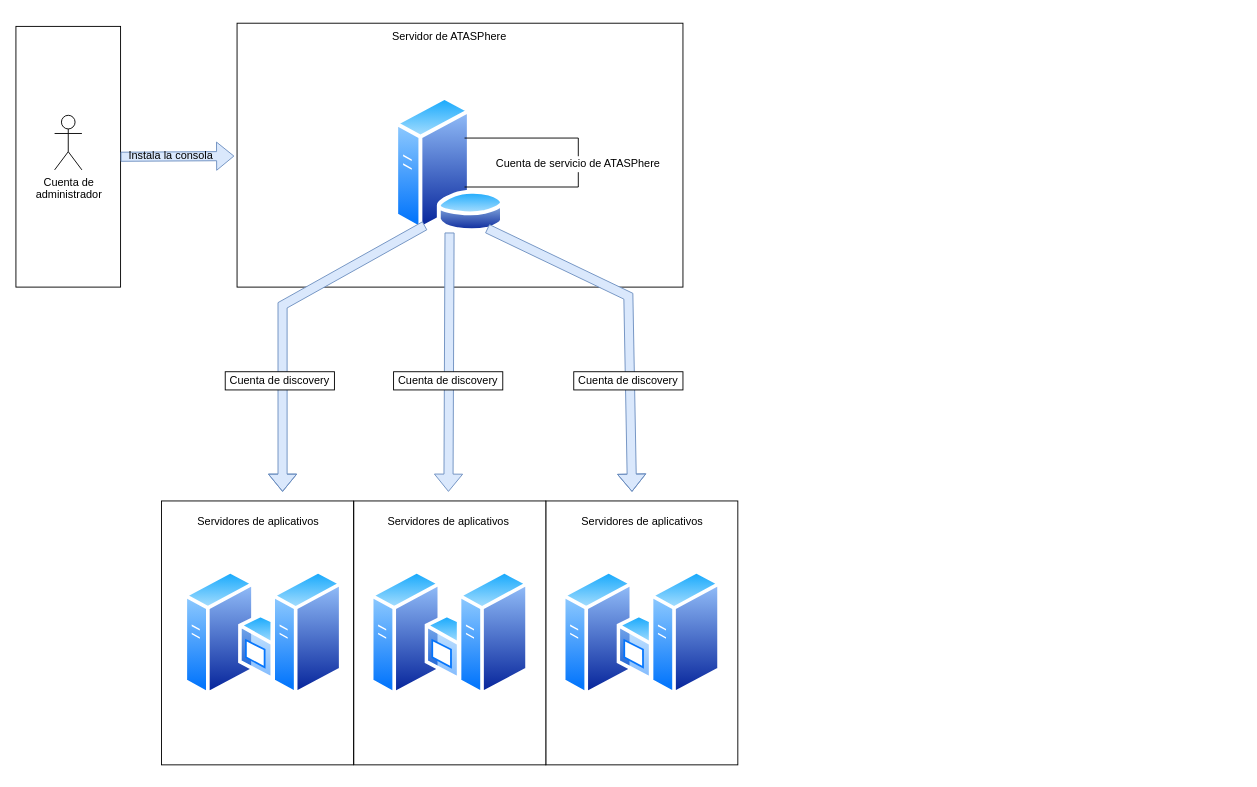
Before: page "Cuentas - ATADATA" (1 of 2) of Diagrama sin título.drawio in FeriaVictor/tmp-repo, a draw.io diagram. Source tidied: cells renumbered, new cells numbered last; positions are measured from the earlier drawing's top-left corner, leaving out a move shared by most shapes. Both pictures are drawn from the tidied source at 91%, with x=0, y=0 at pixel (15, 23).
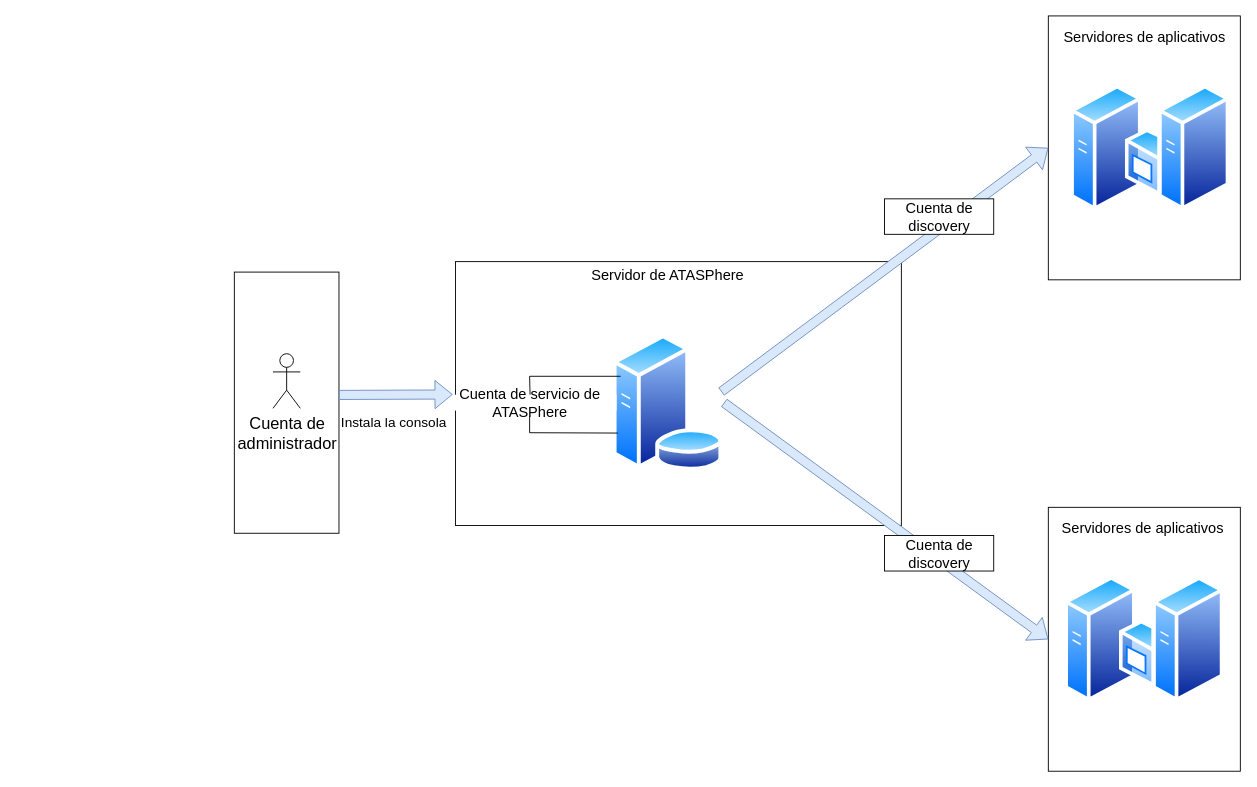
Above is the later version.

The edit, as a diff of the source:
```diff
@@
     <mxCell id="2" style="rounded=0;whiteSpace=wrap;html=1;fillColor=default;" parent="1" vertex="1">
-      <mxGeometry y="3.5" width="115" height="286.5" as="geometry" />
+      <mxGeometry x="240" y="273.5" width="115" height="287" as="geometry" />
     </mxCell>
-    <mxCell id="3" style="rounded=0;whiteSpace=wrap;html=1;" parent="1" vertex="1">
-      <mxGeometry x="582.3" y="525" width="211" height="290" as="geometry" />
-    </mxCell>
     <mxCell id="4" style="rounded=0;whiteSpace=wrap;html=1;" parent="1" vertex="1">
-      <mxGeometry x="371.3" y="525" width="211" height="290" as="geometry" />
+      <mxGeometry x="1134.5" y="532" width="211" height="290" as="geometry" />
     </mxCell>
     <mxCell id="5" style="rounded=0;whiteSpace=wrap;html=1;" parent="1" vertex="1">
-      <mxGeometry x="160" y="525" width="211" height="290" as="geometry" />
+      <mxGeometry x="1134.5" y="-8" width="211" height="290" as="geometry" />
     </mxCell>
     <mxCell id="6" style="rounded=0;whiteSpace=wrap;html=1;" parent="1" vertex="1">
-      <mxGeometry x="243" width="490" height="290" as="geometry" />
+      <mxGeometry x="483" y="262" width="490" height="290" as="geometry" />
     </mxCell>
     <mxCell id="7" style="perimeter=ellipsePerimeter;html=1;align=center;shadow=0;dashed=0;spacingTop=3;image;image=img/lib/active_directory/generic_server.svg;" parent="1" vertex="1">
-      <mxGeometry x="389.4" y="600" width="78.4" height="140" as="geometry" />
+      <mxGeometry x="1152.6" y="607" width="78.4" height="140" as="geometry" />
     </mxCell>
     <mxCell id="8" style="perimeter=ellipsePerimeter;html=1;align=center;shadow=0;dashed=0;spacingTop=3;image;image=img/lib/active_directory/windows_server.svg;" parent="1" vertex="1">
-      <mxGeometry x="449.4" y="600" width="114.8" height="140" as="geometry" />
+      <mxGeometry x="1212.6" y="607" width="114.8" height="140" as="geometry" />
     </mxCell>
-    <mxCell id="9" style="perimeter=ellipsePerimeter;html=1;align=center;shadow=0;dashed=0;spacingTop=3;image;image=img/lib/active_directory/generic_server.svg;" parent="1" vertex="1">
-      <mxGeometry x="600.4" y="600" width="78.4" height="140" as="geometry" />
-    </mxCell>
-    <mxCell id="10" style="perimeter=ellipsePerimeter;html=1;align=center;shadow=0;dashed=0;spacingTop=3;image;image=img/lib/active_directory/windows_server.svg;" parent="1" vertex="1">
-      <mxGeometry x="660.4" y="600" width="114.8" height="140" as="geometry" />
-    </mxCell>
     <mxCell id="11" style="perimeter=ellipsePerimeter;html=1;align=center;shadow=0;dashed=0;spacingTop=3;image;image=img/lib/active_directory/database_server.svg;" parent="1" vertex="1">
-      <mxGeometry x="415" y="80" width="123" height="150" as="geometry" />
+      <mxGeometry x="655" y="342" width="123" height="150" as="geometry" />
     </mxCell>
     <mxCell id="12" style="perimeter=ellipsePerimeter;html=1;align=center;shadow=0;dashed=0;spacingTop=3;image;image=img/lib/active_directory/generic_server.svg;" parent="1" vertex="1">
-      <mxGeometry x="184.6" y="600" width="78.4" height="140" as="geometry" />
+      <mxGeometry x="1159.1" y="67" width="78.4" height="140" as="geometry" />
     </mxCell>
     <mxCell id="13" style="perimeter=ellipsePerimeter;html=1;align=center;shadow=0;dashed=0;spacingTop=3;image;image=img/lib/active_directory/windows_server.svg;" parent="1" vertex="1">
-      <mxGeometry x="244.6" y="600" width="114.8" height="140" as="geometry" />
+      <mxGeometry x="1219.1" y="67" width="114.8" height="140" as="geometry" />
     </mxCell>
-    <mxCell id="14" value="Servidor de ATASPhere" style="rounded=0;whiteSpace=wrap;html=1;strokeColor=none;fillColor=none;" parent="1" vertex="1">
-      <mxGeometry x="311.2" y="10" width="331.2" height="10" as="geometry" />
+    <mxCell id="14" value="&lt;font style=&quot;font-size: 16px;&quot;&gt;Servidor de ATASPhere&lt;/font&gt;" style="rounded=0;whiteSpace=wrap;html=1;strokeColor=none;fillColor=none;" parent="1" vertex="1">
+      <mxGeometry x="551.2" y="272" width="331.2" height="10" as="geometry" />
     </mxCell>
-    <mxCell id="15" style="shape=flexArrow;endArrow=classic;html=1;rounded=0;fillColor=#dae8fc;strokeColor=#6c8ebf;exitX=0.5;exitY=1;exitDx=0;exitDy=0;" parent="1" edge="1" source="11">
-      <mxGeometry relative="1" as="geometry">
-        <mxPoint x="475.3" y="515" as="targetPoint" />
-      </mxGeometry>
+    <mxCell id="15" style="shape=flexArrow;endArrow=classic;html=1;rounded=0;fillColor=#dae8fc;strokeColor=#6c8ebf;exitX=1;exitY=0.5;exitDx=0;exitDy=0;entryX=0;entryY=0.5;entryDx=0;entryDy=0;" parent="1" edge="1" source="11" target="4">
+      <mxGeometry relative="1" as="geometry" />
     </mxCell>
-    <mxCell id="16" style="shape=flexArrow;endArrow=classic;html=1;rounded=0;fillColor=#dae8fc;strokeColor=#6c8ebf;exitX=0.836;exitY=0.971;exitDx=0;exitDy=0;exitPerimeter=0;" parent="1" edge="1" source="11">
-      <mxGeometry relative="1" as="geometry">
-        <mxPoint x="677" y="515" as="targetPoint" />
-        <Array as="points">
-          <mxPoint x="673" y="300" />
-        </Array>
-      </mxGeometry>
-    </mxCell>
-    <mxCell id="17" style="shape=flexArrow;endArrow=classic;html=1;rounded=0;fillColor=#dae8fc;strokeColor=#6c8ebf;exitX=0.25;exitY=1;exitDx=0;exitDy=0;" parent="1" edge="1" source="11">
-      <mxGeometry relative="1" as="geometry">
-        <mxPoint x="293" y="515" as="targetPoint" />
-        <Array as="points">
-          <mxPoint x="293" y="310" />
-        </Array>
-      </mxGeometry>
-    </mxCell>
-    <mxCell id="18" value="Cuenta de servicio de ATASPhere" style="rounded=0;whiteSpace=wrap;html=1;strokeColor=none;" parent="1" vertex="1">
-      <mxGeometry x="523" y="146.2" width="190" height="17.5" as="geometry" />
+    <mxCell id="18" value="&lt;font style=&quot;font-size: 16px;&quot;&gt;Cuenta de servicio de &lt;br&gt;ATASPhere&lt;/font&gt;" style="rounded=0;whiteSpace=wrap;html=1;strokeColor=none;" parent="1" vertex="1">
+      <mxGeometry x="470" y="408.2" width="190" height="17.5" as="geometry" />
     </mxCell>
-    <mxCell id="19" style="endArrow=none;html=1;rounded=0;entryX=0.5;entryY=1;entryDx=0;entryDy=0;" parent="1" edge="1" target="18">
+    <mxCell id="19" style="endArrow=none;html=1;rounded=0;exitX=0;exitY=0.75;exitDx=0;exitDy=0;" parent="1" edge="1" source="11">
       <mxGeometry relative="1" as="geometry">
-        <mxPoint x="493" y="180" as="sourcePoint" />
+        <mxPoint x="564.5" y="432" as="targetPoint" />
         <Array as="points">
-          <mxPoint x="618" y="180" />
+          <mxPoint x="564.5" y="450" />
         </Array>
       </mxGeometry>
     </mxCell>
     <mxCell id="20" style="endArrow=none;html=1;rounded=0;entryX=0.5;entryY=0;entryDx=0;entryDy=0;" parent="1" edge="1" target="18">
       <mxGeometry relative="1" as="geometry">
-        <mxPoint x="493" y="126.2" as="sourcePoint" />
+        <mxPoint x="664.5" y="388" as="sourcePoint" />
         <Array as="points">
-          <mxPoint x="618" y="126.2" />
+          <mxPoint x="564.5" y="388" />
         </Array>
       </mxGeometry>
     </mxCell>
-    <mxCell id="21" value="Cuenta de &lt;br&gt;administrador" style="shape=umlActor;verticalLabelPosition=bottom;verticalAlign=top;html=1;" parent="1" vertex="1">
-      <mxGeometry x="42.5" y="101.2" width="30" height="60" as="geometry" />
+    <mxCell id="21" value="&lt;font style=&quot;font-size: 18px;&quot;&gt;Cuenta de &lt;br&gt;administrador&lt;/font&gt;" style="shape=umlActor;verticalLabelPosition=bottom;verticalAlign=top;html=1;" parent="1" vertex="1">
+      <mxGeometry x="282.5" y="363.2" width="30" height="60" as="geometry" />
     </mxCell>
-    <mxCell id="22" value="Cuenta de discovery" style="rounded=0;whiteSpace=wrap;html=1;fillColor=default;" parent="1" vertex="1">
-      <mxGeometry x="230" y="383" width="120" height="20" as="geometry" />
-    </mxCell>
-    <mxCell id="23" value="Cuenta de discovery" style="rounded=0;whiteSpace=wrap;html=1;fillColor=default;" parent="1" vertex="1">
-      <mxGeometry x="415" y="383" width="120" height="20" as="geometry" />
-    </mxCell>
-    <mxCell id="24" value="Cuenta de discovery" style="rounded=0;whiteSpace=wrap;html=1;fillColor=default;" parent="1" vertex="1">
-      <mxGeometry x="613" y="383" width="120" height="20" as="geometry" />
+    <mxCell id="24" value="&lt;font style=&quot;font-size: 16px;&quot;&gt;Cuenta de discovery&lt;/font&gt;" style="rounded=0;whiteSpace=wrap;html=1;fillColor=default;" parent="1" vertex="1">
+      <mxGeometry x="954.5" y="563" width="120" height="39" as="geometry" />
     </mxCell>
-    <mxCell id="25" style="shape=flexArrow;endArrow=classic;html=1;rounded=0;fillColor=#dae8fc;strokeColor=#6c8ebf;exitX=1;exitY=0.5;exitDx=0;exitDy=0;" parent="1" edge="1" source="2">
+    <mxCell id="25" style="shape=flexArrow;endArrow=classic;html=1;rounded=0;fillColor=#dae8fc;strokeColor=#6c8ebf;exitX=1;exitY=0.5;exitDx=0;exitDy=0;" parent="1" edge="1">
       <mxGeometry relative="1" as="geometry">
-        <mxPoint x="240" y="146" as="targetPoint" />
+        <mxPoint x="355" y="408.5" as="sourcePoint" />
+        <mxPoint x="480" y="408" as="targetPoint" />
       </mxGeometry>
     </mxCell>
-    <mxCell id="26" value="Instala la consola" style="text;html=1;align=center;verticalAlign=middle;strokeColor=none;fillColor=none;" parent="1" vertex="1">
-      <mxGeometry x="110" y="131.2" width="120" height="30" as="geometry" />
+    <mxCell id="26" value="&lt;font style=&quot;font-size: 15px;&quot;&gt;Instala la consola&lt;/font&gt;" style="text;html=1;align=center;verticalAlign=middle;strokeColor=none;fillColor=none;" parent="1" vertex="1">
+      <mxGeometry x="345" y="423.2" width="140" height="30" as="geometry" />
     </mxCell>
-    <mxCell id="27" value="Servidores de aplicativos" style="text;html=1;align=center;verticalAlign=middle;strokeColor=none;fillColor=none;" parent="1" vertex="1">
-      <mxGeometry x="185.5" y="533" width="160" height="30" as="geometry" />
+    <mxCell id="27" value="&lt;font style=&quot;font-size: 16px;&quot;&gt;Servidores de aplicativos&lt;/font&gt;" style="text;html=1;align=center;verticalAlign=middle;strokeColor=none;fillColor=none;" parent="1" vertex="1">
+      <mxGeometry x="1140" width="200" height="30" as="geometry" />
     </mxCell>
-    <mxCell id="28" value="Servidores de aplicativos" style="text;html=1;align=center;verticalAlign=middle;strokeColor=none;fillColor=none;" parent="1" vertex="1">
-      <mxGeometry x="395" y="533" width="160" height="30" as="geometry" />
+    <mxCell id="28" value="&lt;font style=&quot;font-size: 16px;&quot;&gt;Servidores de aplicativos&lt;/font&gt;" style="text;html=1;align=center;verticalAlign=middle;strokeColor=none;fillColor=none;" parent="1" vertex="1">
+      <mxGeometry x="1138.2" y="540" width="200" height="30" as="geometry" />
     </mxCell>
-    <mxCell id="29" value="Servidores de aplicativos" style="text;html=1;align=center;verticalAlign=middle;strokeColor=none;fillColor=none;" parent="1" vertex="1">
-      <mxGeometry x="607.8" y="533" width="160" height="30" as="geometry" />
-    </mxCell>
+    <mxCell id="30" style="shape=flexArrow;endArrow=classic;html=1;rounded=0;fillColor=#dae8fc;strokeColor=#6c8ebf;exitX=1;exitY=0.5;exitDx=0;exitDy=0;entryX=0;entryY=0.5;entryDx=0;entryDy=0;" parent="1" edge="1" target="5">
+      <mxGeometry relative="1" as="geometry">
+        <mxPoint x="775" y="405" as="sourcePoint" />
+      </mxGeometry>
+    </mxCell>
+    <mxCell id="23" value="&lt;font style=&quot;font-size: 16px;&quot;&gt;Cuenta de discovery&lt;/font&gt;" style="rounded=0;whiteSpace=wrap;html=1;fillColor=default;" parent="1" vertex="1">
+      <mxGeometry x="954.5" y="193" width="120" height="39" as="geometry" />
+    </mxCell>
```
